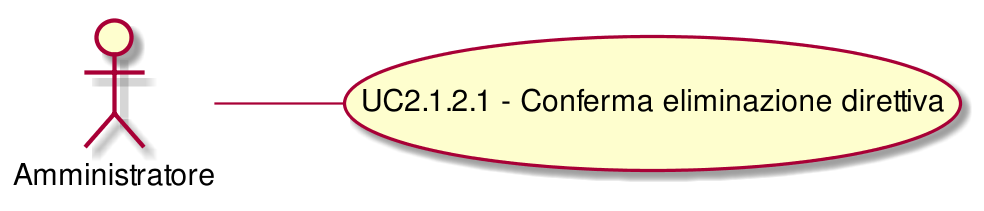
CoCodeSWE/Docs keeps this PlantUML diagram as RP/Esterni/AnalisiDeiRequisiti/images/UseCaseUC212.png. Above is the earlier version.
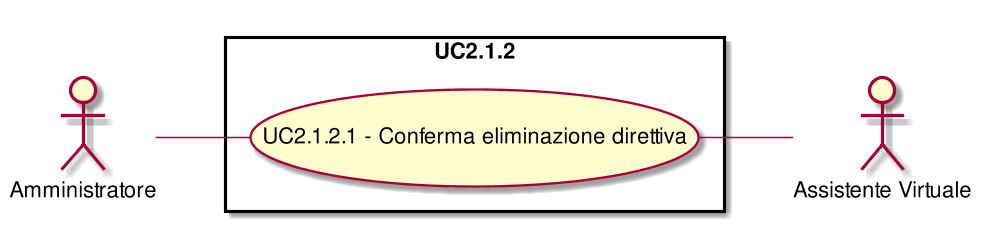
The same file after the commit.

Change to the diagram source:
```diff
@@ -1,6 +1,13 @@
 @startuml
 scale 1000*1000
 left to right direction
+skinparam packageStyle rect
+:Amministratore:
+:Assistente Virtuale:
+rectangle UC2.1.2{
 ( UC2.1.2.1 - Conferma eliminazione direttiva ) as (UC2.1.2.1)
 :Amministratore:--(UC2.1.2.1)
+( UC2.1.2.1 - Conferma eliminazione direttiva ) as (UC2.1.2.1)
+(UC2.1.2.1)--:Assistente Virtuale:
+}
 @enduml
```
